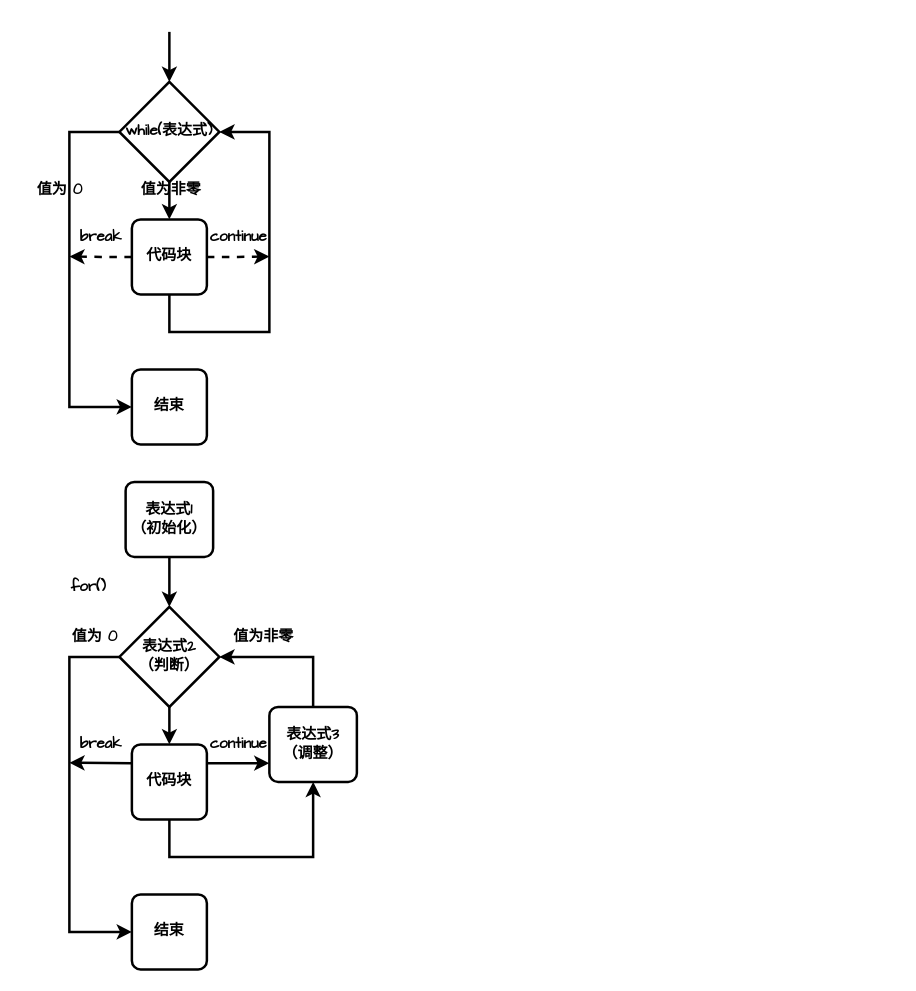
The draw.io diagram CppNote/C编程语言/C绘画.drawio in xiaogithubooo/LimouLearnNote, before the edit. Source tidied: cells renumbered, new cells numbered last; positions are measured from the earlier drawing's top-left corner, leaving out a move shared by most shapes. Both pictures are drawn from the tidied source at 125%, with x=0, y=0 at pixel (21, 31).
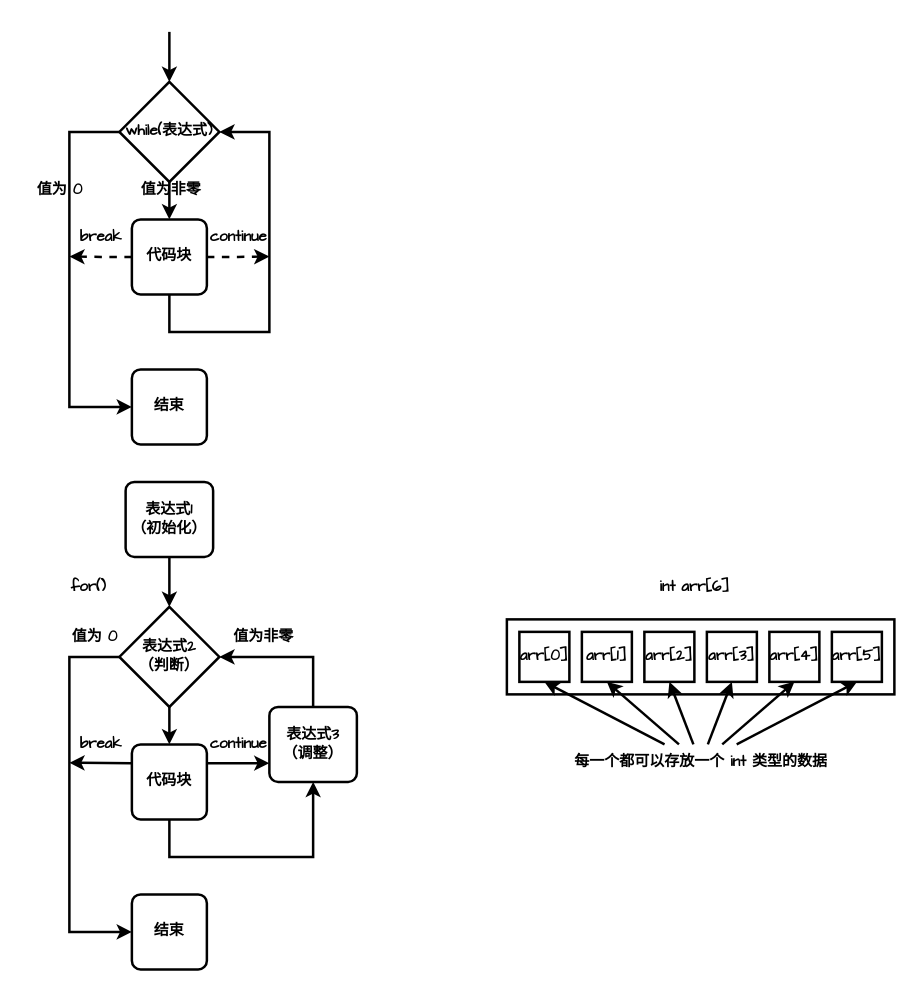
The same page after the edit.

Unchanged cells that the change refers to:
```xml
<mxCell id="21" value="代码块" style="rounded=1;whiteSpace=wrap;html=1;absoluteArcSize=1;arcSize=14;strokeWidth=2;fontFamily=Comic Sans MS;fontStyle=1;" parent="1" vertex="1">
  <mxGeometry x="88" y="570" width="60" height="60" as="geometry" />
</mxCell>
<mxCell id="28" value="表达式3&lt;br&gt;（调整）" style="rounded=1;whiteSpace=wrap;html=1;absoluteArcSize=1;arcSize=14;strokeWidth=2;fontFamily=Comic Sans MS;fontStyle=1;" parent="1" vertex="1">
  <mxGeometry x="198" y="540" width="70" height="60" as="geometry" />
</mxCell>
```

The edit, as a diff of the source:
```diff
@@
+    <mxCell id="32" style="rounded=0;whiteSpace=wrap;html=1;strokeWidth=2;fontFamily=Comic Sans MS;fontStyle=1;" parent="1" vertex="1">
+      <mxGeometry x="388" y="470" width="310" height="60" as="geometry" />
+    </mxCell>
@@
-    <mxCell id="18" style="rounded=0;jettySize=auto;html=1;exitX=0.5;exitY=1;exitDx=0;exitDy=0;entryX=0.5;entryY=1;entryDx=0;entryDy=0;strokeWidth=2;" parent="1" edge="1" source="21" target="28">
+    <mxCell id="18" style="rounded=0;jettySize=auto;html=1;exitX=0.5;exitY=1;exitDx=0;exitDy=0;entryX=0.5;entryY=1;entryDx=0;entryDy=0;strokeWidth=2;fontFamily=Comic Sans MS;fontStyle=1;" parent="1" edge="1" source="21" target="28">
       <mxGeometry relative="1" as="geometry">
         <Array as="points">
           <mxPoint x="118" y="660" />
           <mxPoint x="233" y="660" />
         </Array>
       </mxGeometry>
     </mxCell>
-    <mxCell id="19" style="rounded=0;jettySize=auto;html=1;exitX=1;exitY=0.25;exitDx=0;exitDy=0;entryX=0;entryY=0.75;entryDx=0;entryDy=0;strokeWidth=2;" parent="1" edge="1" source="21" target="28">
+    <mxCell id="19" style="rounded=0;jettySize=auto;html=1;exitX=1;exitY=0.25;exitDx=0;exitDy=0;entryX=0;entryY=0.75;entryDx=0;entryDy=0;strokeWidth=2;fontFamily=Comic Sans MS;fontStyle=1;" parent="1" edge="1" source="21" target="28">
       <mxGeometry relative="1" as="geometry" />
     </mxCell>
-    <mxCell id="20" style="rounded=0;jettySize=auto;html=1;exitX=0;exitY=0.25;exitDx=0;exitDy=0;strokeWidth=2;" parent="1" edge="1" source="21">
+    <mxCell id="20" style="rounded=0;jettySize=auto;html=1;exitX=0;exitY=0.25;exitDx=0;exitDy=0;strokeWidth=2;fontFamily=Comic Sans MS;fontStyle=1;" parent="1" edge="1" source="21">
       <mxGeometry relative="1" as="geometry">
         <mxPoint x="38" y="584.7" as="targetPoint" />
       </mxGeometry>
     </mxCell>
@@
+    <mxCell id="33" value="arr[0]" style="rounded=0;whiteSpace=wrap;html=1;strokeWidth=2;fontFamily=Comic Sans MS;fontStyle=1;" parent="1" vertex="1">
+      <mxGeometry x="398" y="480" width="40" height="40" as="geometry" />
+    </mxCell>
+    <mxCell id="34" value="arr[1]" style="rounded=0;whiteSpace=wrap;html=1;strokeWidth=2;fontFamily=Comic Sans MS;fontStyle=1;" parent="1" vertex="1">
+      <mxGeometry x="448" y="480" width="40" height="40" as="geometry" />
+    </mxCell>
+    <mxCell id="35" value="arr[2]" style="rounded=0;whiteSpace=wrap;html=1;strokeWidth=2;fontFamily=Comic Sans MS;fontStyle=1;" parent="1" vertex="1">
+      <mxGeometry x="498" y="480" width="40" height="40" as="geometry" />
+    </mxCell>
+    <mxCell id="36" value="arr[3]" style="rounded=0;whiteSpace=wrap;html=1;strokeWidth=2;fontFamily=Comic Sans MS;fontStyle=1;" parent="1" vertex="1">
+      <mxGeometry x="548" y="480" width="40" height="40" as="geometry" />
+    </mxCell>
+    <mxCell id="37" value="arr[4]" style="rounded=0;whiteSpace=wrap;html=1;strokeWidth=2;fontFamily=Comic Sans MS;fontStyle=1;" parent="1" vertex="1">
+      <mxGeometry x="598" y="480" width="40" height="40" as="geometry" />
+    </mxCell>
+    <mxCell id="38" value="arr[5]" style="rounded=0;whiteSpace=wrap;html=1;strokeWidth=2;fontFamily=Comic Sans MS;fontStyle=1;" parent="1" vertex="1">
+      <mxGeometry x="648" y="480" width="40" height="40" as="geometry" />
+    </mxCell>
+    <mxCell id="39" value="int arr[6]" style="text;html=1;align=center;verticalAlign=middle;strokeColor=none;fillColor=none;strokeWidth=2;fontFamily=Comic Sans MS;fontStyle=1;" parent="1" vertex="1">
+      <mxGeometry x="498" y="430" width="80" height="30" as="geometry" />
+    </mxCell>
+    <mxCell id="40" style="rounded=0;jettySize=auto;html=1;entryX=0.5;entryY=1;entryDx=0;entryDy=0;strokeWidth=2;fontFamily=Comic Sans MS;fontStyle=1;" parent="1" edge="1" source="41" target="33">
+      <mxGeometry relative="1" as="geometry" />
+    </mxCell>
+    <mxCell id="41" value="每一个都可以存放一个 int 类型的数据" style="text;html=1;align=center;verticalAlign=middle;points=[];strokeColor=none;fillColor=none;strokeWidth=2;fontFamily=Comic Sans MS;fontStyle=1;" parent="1" vertex="1">
+      <mxGeometry x="428" y="570" width="230" height="30" as="geometry" />
+    </mxCell>
+    <mxCell id="42" style="rounded=0;jettySize=auto;html=1;entryX=0.5;entryY=1;entryDx=0;entryDy=0;strokeWidth=2;fontFamily=Comic Sans MS;fontStyle=1;" parent="1" edge="1" source="41" target="34">
+      <mxGeometry relative="1" as="geometry" />
+    </mxCell>
+    <mxCell id="43" style="rounded=0;jettySize=auto;html=1;entryX=0.5;entryY=1;entryDx=0;entryDy=0;strokeWidth=2;fontFamily=Comic Sans MS;fontStyle=1;" parent="1" edge="1" source="41" target="35">
+      <mxGeometry relative="1" as="geometry" />
+    </mxCell>
+    <mxCell id="44" style="rounded=0;jettySize=auto;html=1;entryX=0.5;entryY=1;entryDx=0;entryDy=0;strokeWidth=2;fontFamily=Comic Sans MS;fontStyle=1;" parent="1" edge="1" source="41" target="36">
+      <mxGeometry relative="1" as="geometry" />
+    </mxCell>
+    <mxCell id="45" style="rounded=0;jettySize=auto;html=1;entryX=0.5;entryY=1;entryDx=0;entryDy=0;strokeWidth=2;fontFamily=Comic Sans MS;fontStyle=1;" parent="1" edge="1" source="41" target="37">
+      <mxGeometry relative="1" as="geometry" />
+    </mxCell>
+    <mxCell id="46" style="rounded=0;jettySize=auto;html=1;entryX=0.5;entryY=1;entryDx=0;entryDy=0;strokeWidth=2;fontFamily=Comic Sans MS;fontStyle=1;" parent="1" edge="1" source="41" target="38">
+      <mxGeometry relative="1" as="geometry" />
+    </mxCell>
```
